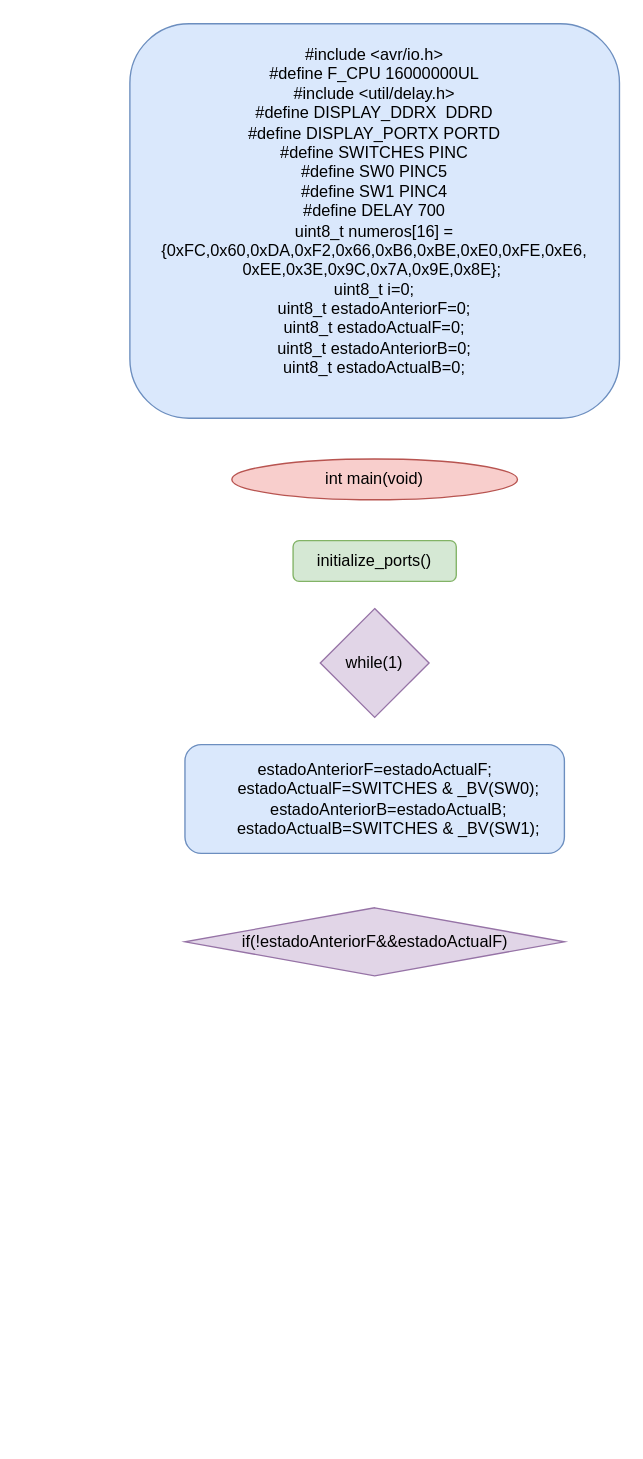
rulgamer03/Mapas keeps this draw.io diagram as p5 flow.drawio. Above is the earlier version. Source tidied: cells renumbered, new cells numbered last; positions are measured from the earlier drawing's top-left corner, leaving out a move shared by most shapes. Both pictures are drawn from the tidied source at 136%, with x=0, y=0 at pixel (129, 23).
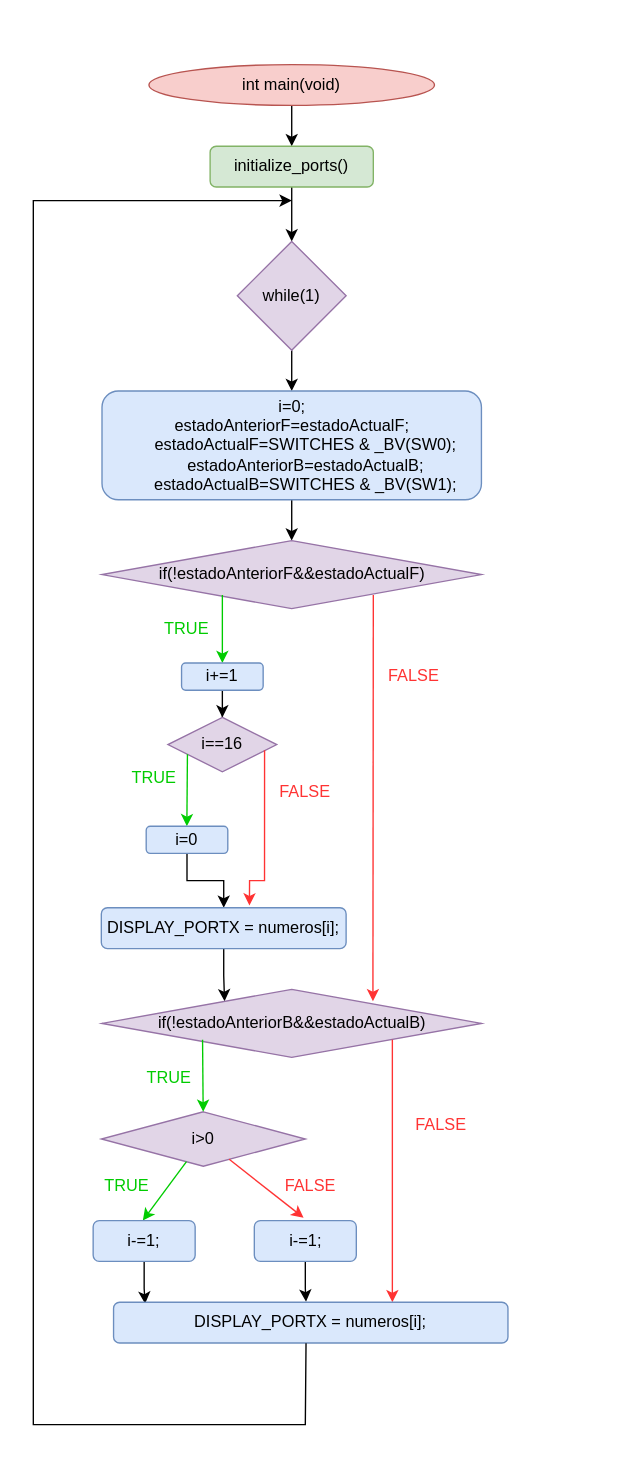
After the change.

The edit, as a diff of the source:
```diff
@@
-    <mxCell id="2" value="#include &amp;lt;avr/io.h&amp;gt; &lt;br&gt;#define F_CPU 16000000UL&lt;br&gt;#include &amp;lt;util/delay.h&amp;gt;&lt;br&gt;&lt;div&gt;#define DISPLAY_DDRX&amp;nbsp; DDRD&lt;/div&gt;&lt;div&gt;#define DISPLAY_PORTX PORTD&lt;/div&gt;&lt;div&gt;#define SWITCHES PINC&lt;/div&gt;&lt;div&gt;#define SW0 PINC5&lt;/div&gt;&lt;div&gt;#define SW1 PINC4&lt;/div&gt;&lt;div&gt;#define DELAY 700&lt;br&gt;&lt;/div&gt;&lt;div&gt;&lt;div&gt;uint8_t numeros[16] = {0xFC,0x60,0xDA,0xF2,0x66,0xB6,0xBE,0xE0,0xFE,0xE6, 0xEE,0x3E,0x9C,0x7A,0x9E,0x8E};&amp;nbsp;&lt;/div&gt;&lt;div&gt;uint8_t i=0;&lt;/div&gt;&lt;/div&gt;&lt;div&gt;&lt;div&gt;uint8_t estadoAnteriorF=0;&lt;/div&gt;&lt;div&gt;uint8_t estadoActualF=0;&lt;/div&gt;&lt;div&gt;uint8_t estadoAnteriorB=0;&lt;/div&gt;&lt;div&gt;uint8_t estadoActualB=0;&lt;/div&gt;&lt;/div&gt;&lt;div&gt;&lt;br&gt;&lt;/div&gt;" style="rounded=1;whiteSpace=wrap;html=1;fillColor=#dae8fc;strokeColor=#6c8ebf;" parent="1" vertex="1">
-      <mxGeometry width="360" height="290" as="geometry" />
-    </mxCell>
+    <mxCell id="8" style="edgeStyle=orthogonalEdgeStyle;rounded=0;jettySize=auto;html=1;" parent="1" edge="1" source="3" target="4">
+      <mxGeometry relative="1" as="geometry" />
+    </mxCell>
     <mxCell id="3" value="int main(void)" style="ellipse;whiteSpace=wrap;html=1;fillColor=#f8cecc;strokeColor=#b85450;" parent="1" vertex="1">
-      <mxGeometry x="75" y="320" width="210" height="30" as="geometry" />
+      <mxGeometry x="14" y="30" width="210" height="30" as="geometry" />
     </mxCell>
+    <mxCell id="9" style="edgeStyle=orthogonalEdgeStyle;rounded=0;jettySize=auto;html=1;" parent="1" edge="1" source="4" target="5">
+      <mxGeometry relative="1" as="geometry" />
+    </mxCell>
     <mxCell id="4" value="initialize_ports()" style="rounded=1;whiteSpace=wrap;html=1;fillColor=#d5e8d4;strokeColor=#82b366;" parent="1" vertex="1">
-      <mxGeometry x="120" y="380" width="120" height="30" as="geometry" />
+      <mxGeometry x="59" y="90" width="120" height="30" as="geometry" />
     </mxCell>
+    <mxCell id="10" style="edgeStyle=orthogonalEdgeStyle;rounded=0;jettySize=auto;html=1;" parent="1" edge="1" source="5" target="6">
+      <mxGeometry relative="1" as="geometry" />
+    </mxCell>
     <mxCell id="5" value="while(1)" style="rhombus;whiteSpace=wrap;html=1;fillColor=#e1d5e7;strokeColor=#9673a6;" parent="1" vertex="1">
-      <mxGeometry x="140" y="430" width="80" height="80" as="geometry" />
+      <mxGeometry x="79" y="160" width="80" height="80" as="geometry" />
     </mxCell>
+    <mxCell id="11" style="edgeStyle=orthogonalEdgeStyle;rounded=0;jettySize=auto;html=1;" parent="1" edge="1" source="6" target="7">
+      <mxGeometry relative="1" as="geometry" />
+    </mxCell>
-    <mxCell id="6" value="estadoAnteriorF=estadoActualF;&#10;      estadoActualF=SWITCHES &amp; _BV(SW0);&#10;      estadoAnteriorB=estadoActualB;&#10;      estadoActualB=SWITCHES &amp; _BV(SW1);" style="rounded=1;whiteSpace=wrap;html=1;fillColor=#dae8fc;strokeColor=#6c8ebf;" parent="1" vertex="1">
-      <mxGeometry x="40.5" y="530" width="279" height="80" as="geometry" />
+    <mxCell id="6" value="i=0;&lt;br&gt;estadoAnteriorF=estadoActualF;&lt;br&gt;&amp;nbsp; &amp;nbsp; &amp;nbsp; estadoActualF=SWITCHES &amp;amp; _BV(SW0);&lt;br&gt;&amp;nbsp; &amp;nbsp; &amp;nbsp; estadoAnteriorB=estadoActualB;&lt;br&gt;&amp;nbsp; &amp;nbsp; &amp;nbsp; estadoActualB=SWITCHES &amp;amp; _BV(SW1);" style="rounded=1;whiteSpace=wrap;html=1;fillColor=#dae8fc;strokeColor=#6c8ebf;" parent="1" vertex="1">
+      <mxGeometry x="-20.5" y="270" width="279" height="80" as="geometry" />
     </mxCell>
     <mxCell id="7" value="if(!estadoAnteriorF&amp;amp;&amp;amp;estadoActualF)" style="rhombus;whiteSpace=wrap;html=1;fillColor=#e1d5e7;strokeColor=#9673a6;" parent="1" vertex="1">
-      <mxGeometry x="40.5" y="650" width="279" height="50" as="geometry" />
+      <mxGeometry x="-20.5" y="380" width="279" height="50" as="geometry" />
     </mxCell>
+    <mxCell id="12" style="endArrow=classic;html=1;rounded=0;strokeColor=#00CC00;" parent="1" edge="1">
+      <mxGeometry relative="1" as="geometry">
+        <mxPoint x="68" y="420" as="sourcePoint" />
+        <mxPoint x="68" y="470" as="targetPoint" />
+      </mxGeometry>
+    </mxCell>
+    <mxCell id="13" value="&lt;font color=&quot;#00cc00&quot;&gt;TRUE&lt;/font&gt;" style="text;html=1;strokeColor=none;fillColor=none;align=center;verticalAlign=middle;whiteSpace=wrap;rounded=0;" parent="1" vertex="1">
+      <mxGeometry x="12" y="430" width="60" height="30" as="geometry" />
+    </mxCell>
+    <mxCell id="14" style="edgeStyle=orthogonalEdgeStyle;rounded=0;jettySize=auto;html=1;" parent="1" edge="1" source="15" target="16">
+      <mxGeometry relative="1" as="geometry" />
+    </mxCell>
+    <mxCell id="15" value="i+=1" style="rounded=1;whiteSpace=wrap;html=1;fillColor=#dae8fc;strokeColor=#6c8ebf;" parent="1" vertex="1">
+      <mxGeometry x="38" y="470" width="60" height="20" as="geometry" />
+    </mxCell>
+    <mxCell id="16" value="i==16" style="rhombus;whiteSpace=wrap;html=1;fillColor=#e1d5e7;strokeColor=#9673a6;" parent="1" vertex="1">
+      <mxGeometry x="28" y="510" width="80" height="40" as="geometry" />
+    </mxCell>
+    <mxCell id="17" style="endArrow=classic;html=1;rounded=0;strokeColor=#00CC00;exitX=0.179;exitY=0.679;exitDx=0;exitDy=0;exitPerimeter=0;" parent="1" edge="1" source="16">
+      <mxGeometry relative="1" as="geometry">
+        <mxPoint x="41.9" y="590" as="targetPoint" />
+      </mxGeometry>
+    </mxCell>
+    <mxCell id="18" value="&lt;font color=&quot;#00cc00&quot;&gt;TRUE&lt;/font&gt;" style="text;html=1;strokeColor=none;fillColor=none;align=center;verticalAlign=middle;whiteSpace=wrap;rounded=0;" parent="1" vertex="1">
+      <mxGeometry x="-12" y="540" width="60" height="30" as="geometry" />
+    </mxCell>
+    <mxCell id="19" style="edgeStyle=orthogonalEdgeStyle;rounded=0;jettySize=auto;html=1;" parent="1" edge="1" source="20" target="24">
+      <mxGeometry relative="1" as="geometry" />
+    </mxCell>
+    <mxCell id="20" value="i=0" style="rounded=1;whiteSpace=wrap;html=1;fillColor=#dae8fc;strokeColor=#6c8ebf;" parent="1" vertex="1">
+      <mxGeometry x="12" y="590" width="60" height="20" as="geometry" />
+    </mxCell>
+    <mxCell id="21" value="&lt;font color=&quot;#ff3333&quot;&gt;FALSE&lt;/font&gt;" style="text;html=1;strokeColor=none;fillColor=none;align=center;verticalAlign=middle;whiteSpace=wrap;rounded=0;" parent="1" vertex="1">
+      <mxGeometry x="99" y="550" width="60" height="30" as="geometry" />
+    </mxCell>
+    <mxCell id="22" style="endArrow=classic;html=1;rounded=0;strokeColor=#FF3333;exitX=0.888;exitY=0.606;exitDx=0;exitDy=0;exitPerimeter=0;entryX=0.605;entryY=-0.058;entryDx=0;entryDy=0;entryPerimeter=0;" parent="1" edge="1" source="16" target="24">
+      <mxGeometry relative="1" as="geometry">
+        <Array as="points">
+          <mxPoint x="99" y="630" />
+          <mxPoint x="88" y="630" />
+        </Array>
+      </mxGeometry>
+    </mxCell>
+    <mxCell id="23" style="edgeStyle=orthogonalEdgeStyle;rounded=0;jettySize=auto;html=1;entryX=0.323;entryY=0.175;entryDx=0;entryDy=0;entryPerimeter=0;" parent="1" edge="1" source="24" target="27">
+      <mxGeometry relative="1" as="geometry" />
+    </mxCell>
+    <mxCell id="24" value="DISPLAY_PORTX = numeros[i];" style="rounded=1;whiteSpace=wrap;html=1;fillColor=#dae8fc;strokeColor=#6c8ebf;" parent="1" vertex="1">
+      <mxGeometry x="-21" y="650" width="180" height="30" as="geometry" />
+    </mxCell>
+    <mxCell id="25" value="&lt;font color=&quot;#ff3333&quot;&gt;FALSE&lt;/font&gt;" style="text;html=1;strokeColor=none;fillColor=none;align=center;verticalAlign=middle;whiteSpace=wrap;rounded=0;" parent="1" vertex="1">
+      <mxGeometry x="179" y="465" width="60" height="30" as="geometry" />
+    </mxCell>
+    <mxCell id="26" style="endArrow=classic;html=1;rounded=0;strokeColor=#FF3333;entryX=0.714;entryY=0.175;entryDx=0;entryDy=0;entryPerimeter=0;" parent="1" edge="1" target="27">
+      <mxGeometry relative="1" as="geometry">
+        <mxPoint x="179" y="420" as="sourcePoint" />
+      </mxGeometry>
+    </mxCell>
+    <mxCell id="27" value="if(!estadoAnteriorB&amp;amp;&amp;amp;estadoActualB)" style="rhombus;whiteSpace=wrap;html=1;fillColor=#e1d5e7;strokeColor=#9673a6;" parent="1" vertex="1">
+      <mxGeometry x="-20.5" y="710" width="279" height="50" as="geometry" />
+    </mxCell>
+    <mxCell id="28" value="i&amp;gt;0" style="rhombus;whiteSpace=wrap;html=1;fillColor=#e1d5e7;strokeColor=#9673a6;" parent="1" vertex="1">
+      <mxGeometry x="-21" y="800" width="150" height="40" as="geometry" />
+    </mxCell>
+    <mxCell id="29" style="endArrow=classic;html=1;rounded=0;strokeColor=#00CC00;exitX=0.265;exitY=0.739;exitDx=0;exitDy=0;exitPerimeter=0;" parent="1" edge="1" source="27">
+      <mxGeometry relative="1" as="geometry">
+        <mxPoint x="53.9" y="800" as="targetPoint" />
+      </mxGeometry>
+    </mxCell>
+    <mxCell id="30" value="&lt;font color=&quot;#00cc00&quot;&gt;TRUE&lt;/font&gt;" style="text;html=1;strokeColor=none;fillColor=none;align=center;verticalAlign=middle;whiteSpace=wrap;rounded=0;" parent="1" vertex="1">
+      <mxGeometry x="-1" y="760" width="60" height="30" as="geometry" />
+    </mxCell>
+    <mxCell id="31" style="endArrow=classic;html=1;rounded=0;strokeColor=#00CC00;" parent="1" edge="1" source="28">
+      <mxGeometry relative="1" as="geometry">
+        <mxPoint x="9.5" y="880" as="targetPoint" />
+      </mxGeometry>
+    </mxCell>
+    <mxCell id="32" value="&lt;font color=&quot;#00cc00&quot;&gt;TRUE&lt;/font&gt;" style="text;html=1;strokeColor=none;fillColor=none;align=center;verticalAlign=middle;whiteSpace=wrap;rounded=0;" parent="1" vertex="1">
+      <mxGeometry x="-32" y="840" width="60" height="30" as="geometry" />
+    </mxCell>
+    <mxCell id="33" style="edgeStyle=orthogonalEdgeStyle;rounded=0;jettySize=auto;html=1;entryX=0.08;entryY=0.036;entryDx=0;entryDy=0;entryPerimeter=0;" parent="1" edge="1" source="34" target="41">
+      <mxGeometry relative="1" as="geometry" />
+    </mxCell>
+    <mxCell id="34" value="i-=1;" style="rounded=1;whiteSpace=wrap;html=1;fillColor=#dae8fc;strokeColor=#6c8ebf;" parent="1" vertex="1">
+      <mxGeometry x="-27" y="880" width="75" height="30" as="geometry" />
+    </mxCell>
+    <mxCell id="35" style="endArrow=classic;html=1;rounded=0;strokeColor=#FF3333;entryX=0.483;entryY=-0.071;entryDx=0;entryDy=0;entryPerimeter=0;" parent="1" edge="1" source="28" target="37">
+      <mxGeometry relative="1" as="geometry" />
+    </mxCell>
+    <mxCell id="36" style="edgeStyle=orthogonalEdgeStyle;rounded=0;jettySize=auto;html=1;entryX=0.488;entryY=-0.014;entryDx=0;entryDy=0;entryPerimeter=0;" parent="1" edge="1" source="37" target="41">
+      <mxGeometry relative="1" as="geometry" />
+    </mxCell>
+    <mxCell id="37" value="i-=1;" style="rounded=1;whiteSpace=wrap;html=1;fillColor=#dae8fc;strokeColor=#6c8ebf;" parent="1" vertex="1">
+      <mxGeometry x="91.5" y="880" width="75" height="30" as="geometry" />
+    </mxCell>
+    <mxCell id="38" value="&lt;font&gt;FALSE&lt;/font&gt;" style="text;html=1;strokeColor=none;fillColor=none;align=center;verticalAlign=middle;whiteSpace=wrap;rounded=0;labelBackgroundColor=default;fontColor=#FF3333;" parent="1" vertex="1">
+      <mxGeometry x="103" y="840" width="60" height="30" as="geometry" />
+    </mxCell>
+    <mxCell id="39" style="endArrow=classic;html=1;rounded=0;strokeColor=#FF3333;exitX=0.265;exitY=0.739;exitDx=0;exitDy=0;exitPerimeter=0;" parent="1" edge="1">
+      <mxGeometry relative="1" as="geometry">
+        <mxPoint x="193" y="747" as="sourcePoint" />
+        <mxPoint x="193" y="940" as="targetPoint" />
+      </mxGeometry>
+    </mxCell>
+    <mxCell id="40" value="&lt;font color=&quot;#ff3333&quot;&gt;FALSE&lt;/font&gt;" style="text;html=1;strokeColor=none;fillColor=none;align=center;verticalAlign=middle;whiteSpace=wrap;rounded=0;" parent="1" vertex="1">
+      <mxGeometry x="198.5" y="790" width="60" height="40" as="geometry" />
+    </mxCell>
+    <mxCell id="41" value="DISPLAY_PORTX = numeros[i];" style="rounded=1;whiteSpace=wrap;html=1;fillColor=#dae8fc;strokeColor=#6c8ebf;" parent="1" vertex="1">
+      <mxGeometry x="-12" y="940" width="290" height="30" as="geometry" />
+    </mxCell>
+    <mxCell id="42" style="endArrow=classic;html=1;rounded=0;exitX=0.488;exitY=1.007;exitDx=0;exitDy=0;exitPerimeter=0;" parent="1" edge="1" source="41">
+      <mxGeometry relative="1" as="geometry">
+        <mxPoint x="119" y="130" as="targetPoint" />
+        <Array as="points">
+          <mxPoint x="129" y="1030" />
+          <mxPoint x="-71" y="1030" />
+          <mxPoint x="-71" y="130" />
+        </Array>
+      </mxGeometry>
+    </mxCell>
```
